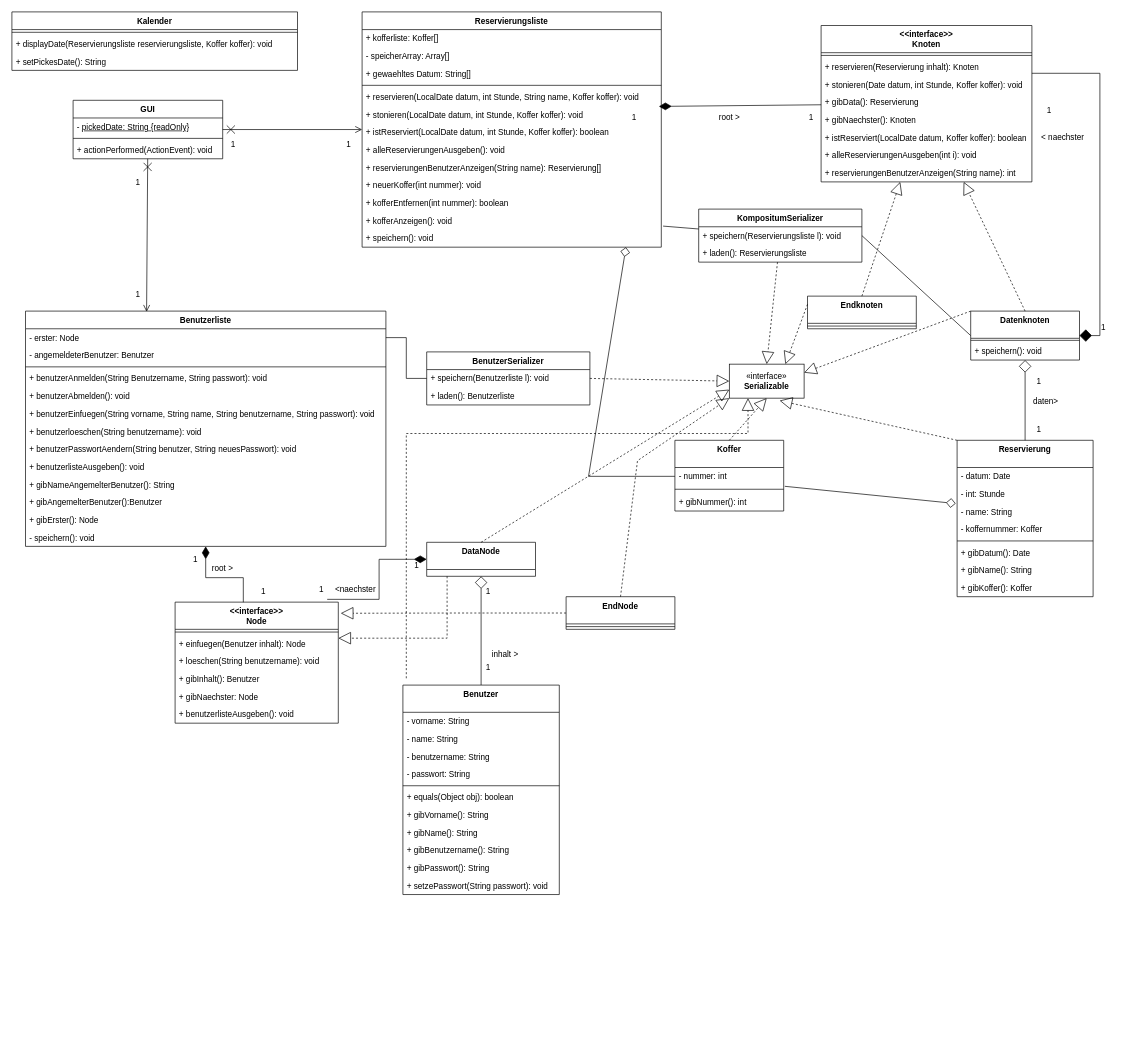
The draw.io diagram Klassendiagramm.drawio in Klette80/Ipadkofferleihsystem, before the edit. Source tidied: cells renumbered, new cells numbered last; positions are measured from the earlier drawing's top-left corner, leaving out a move shared by most shapes. Both pictures are drawn from the tidied source at 68%, with x=0, y=0 at pixel (12, 12).
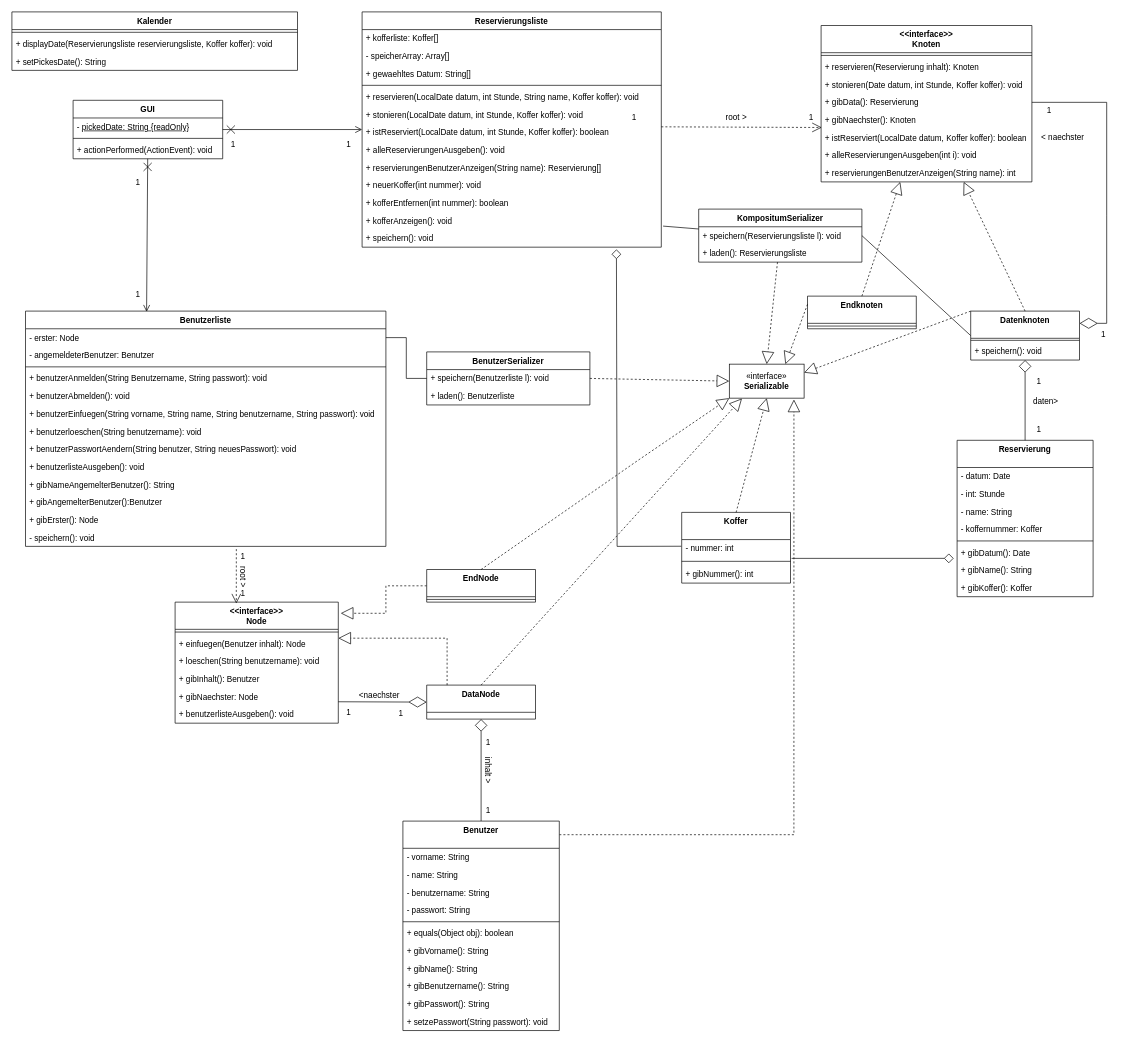
The same diagram, later.

The change refers to these unchanged cells:
```xml
<mxCell id="2" value="Reservierung" style="swimlane;fontStyle=1;align=center;verticalAlign=top;horizontal=1;startSize=40;" parent="1" vertex="1">
  <mxGeometry x="1390" y="630" width="200" height="230" as="geometry" />
</mxCell>
<mxCell id="5" value="- name: String" style="text;strokeColor=none;fillColor=none;align=left;verticalAlign=top;spacingLeft=4;spacingRight=4;overflow=hidden;points=[[0,0.5],[1,0.5]];portConstraint=eastwest;" parent="2" vertex="1">
  <mxGeometry y="92" width="200" height="26" as="geometry" />
</mxCell>
<mxCell id="9" value="+ gibName(): String" style="text;strokeColor=none;fillColor=none;align=left;verticalAlign=top;spacingLeft=4;spacingRight=4;overflow=hidden;points=[[0,0.5],[1,0.5]];portConstraint=eastwest;" parent="2" vertex="1">
  <mxGeometry y="178" width="200" height="26" as="geometry" />
</mxCell>
<mxCell id="17" value="+ stonieren(LocalDate datum, int Stunde, Koffer koffer): void" style="text;strokeColor=none;fillColor=none;align=left;verticalAlign=top;spacingLeft=4;spacingRight=4;overflow=hidden;points=[[0,0.5],[1,0.5]];portConstraint=eastwest;" parent="11" vertex="1">
  <mxGeometry y="138" width="440" height="26" as="geometry" />
</mxCell>
<mxCell id="24" value="+ speichern(): void" style="text;strokeColor=none;fillColor=none;align=left;verticalAlign=top;spacingLeft=4;spacingRight=4;overflow=hidden;points=[[0,0.5],[1,0.5]];portConstraint=eastwest;" parent="11" vertex="1">
  <mxGeometry y="320" width="440" height="26" as="geometry" />
</mxCell>
<mxCell id="26" value="Datenknoten" style="swimlane;fontStyle=1;align=center;verticalAlign=top;horizontal=1;startSize=40;" parent="1" vertex="1">
  <mxGeometry x="1410" y="440" width="160" height="72" as="geometry" />
</mxCell>
<mxCell id="33" value="&lt;&lt;interface&gt;&gt;&#10;Knoten" style="swimlane;fontStyle=1;align=center;verticalAlign=top;horizontal=1;startSize=40;" parent="1" vertex="1">
  <mxGeometry x="1190" y="20" width="310" height="230" as="geometry" />
</mxCell>
<mxCell id="35" value="+ reservieren(Reservierung inhalt): Knoten" style="text;strokeColor=none;fillColor=none;align=left;verticalAlign=top;spacingLeft=4;spacingRight=4;overflow=hidden;points=[[0,0.5],[1,0.5]];portConstraint=eastwest;" parent="33" vertex="1">
  <mxGeometry y="48" width="310" height="26" as="geometry" />
</mxCell>
<mxCell id="37" value="+ gibData(): Reservierung" style="text;strokeColor=none;fillColor=none;align=left;verticalAlign=top;spacingLeft=4;spacingRight=4;overflow=hidden;points=[[0,0.5],[1,0.5]];portConstraint=eastwest;" parent="33" vertex="1">
  <mxGeometry y="100" width="310" height="26" as="geometry" />
</mxCell>
<mxCell id="45" value="1" style="text;html=1;align=center;verticalAlign=middle;points=[];strokeColor=none;fillColor=none;" parent="1" vertex="1">
  <mxGeometry x="1160" y="140" width="30" height="30" as="geometry" />
</mxCell>
<mxCell id="49" value="- nummer: int" style="text;strokeColor=none;fillColor=none;align=left;verticalAlign=top;spacingLeft=4;spacingRight=4;overflow=hidden;points=[[0,0.5],[1,0.5]];portConstraint=eastwest;" parent="48" vertex="1">
  <mxGeometry y="40" width="160" height="26" as="geometry" />
</mxCell>
<mxCell id="60" value="«interface»&lt;br&gt;&lt;b&gt;Serializable&lt;/b&gt;" style="html=1;whiteSpace=wrap;" parent="1" vertex="1">
  <mxGeometry x="1055" y="518" width="110" height="50" as="geometry" />
</mxCell>
<mxCell id="67" value="Benutzerliste" style="swimlane;fontStyle=1;align=center;verticalAlign=top;horizontal=1;startSize=26;" parent="1" vertex="1">
  <mxGeometry x="20" y="440" width="530" height="346" as="geometry" />
</mxCell>
<mxCell id="80" value="- speichern(): void" style="text;strokeColor=none;fillColor=none;align=left;verticalAlign=top;spacingLeft=4;spacingRight=4;overflow=hidden;points=[[0,0.5],[1,0.5]];portConstraint=eastwest;" parent="67" vertex="1">
  <mxGeometry y="320" width="530" height="26" as="geometry" />
</mxCell>
<mxCell id="101" value="&lt;&lt;interface&gt;&gt;&#10;Node" style="swimlane;fontStyle=1;align=center;verticalAlign=top;horizontal=1;startSize=40;" parent="1" vertex="1">
  <mxGeometry x="240" y="868" width="240" height="178" as="geometry" />
</mxCell>
```

What changed in the source:
```diff
@@
     <mxCell id="44" value="root &amp;gt;" style="text;html=1;align=center;verticalAlign=middle;strokeColor=none;fillColor=none;" parent="1" vertex="1">
-      <mxGeometry x="1030" y="140" width="50" height="30" as="geometry" />
+      <mxGeometry x="1040" y="140" width="50" height="30" as="geometry" />
     </mxCell>
@@
     <mxCell id="48" value="Koffer" style="swimlane;fontStyle=1;align=center;verticalAlign=top;horizontal=1;startSize=40;" parent="1" vertex="1">
-      <mxGeometry x="975" y="630" width="160" height="104" as="geometry" />
+      <mxGeometry x="985" y="736" width="160" height="104" as="geometry" />
     </mxCell>
@@
-    <mxCell id="53" style="endArrow=diamondThin;html=1;rounded=0;endFill=1;strokeWidth=1;endSize=16;entryX=0.992;entryY=0.038;entryDx=0;entryDy=0;entryPerimeter=0;" parent="1" edge="1" source="33" target="17">
-      <mxGeometry relative="1" as="geometry" />
-    </mxCell>
     <mxCell id="54" value="1" style="text;html=1;align=center;verticalAlign=middle;strokeColor=none;fillColor=none;" parent="1" vertex="1">
-      <mxGeometry x="1590" y="449" width="30" height="30" as="geometry" />
+      <mxGeometry x="1590" y="460" width="30" height="30" as="geometry" />
     </mxCell>
-    <mxCell id="55" style="endArrow=diamond;endSize=12;html=1;rounded=0;endFill=0;entryX=-0.01;entryY=0.038;entryDx=0;entryDy=0;entryPerimeter=0;exitX=1.01;exitY=1.064;exitDx=0;exitDy=0;exitPerimeter=0;" parent="1" edge="1" source="49" target="5">
+    <mxCell id="55" style="endArrow=diamond;endSize=12;html=1;rounded=0;endFill=0;exitX=1.01;exitY=1.064;exitDx=0;exitDy=0;exitPerimeter=0;entryX=-0.025;entryY=-0.169;entryDx=0;entryDy=0;entryPerimeter=0;" parent="1" edge="1" source="49" target="9">
       <mxGeometry relative="1" as="geometry" />
     </mxCell>
-    <mxCell id="56" style="endArrow=diamond;endSize=12;html=1;rounded=0;endFill=0;exitX=0;exitY=0.5;exitDx=0;exitDy=0;entryX=0.882;entryY=1;entryDx=0;entryDy=0;entryPerimeter=0;" parent="1" edge="1" source="49" target="24">
+    <mxCell id="56" style="endArrow=diamond;endSize=12;html=1;rounded=0;endFill=0;exitX=-0.004;exitY=0.377;exitDx=0;exitDy=0;entryX=0.85;entryY=1.123;entryDx=0;entryDy=0;entryPerimeter=0;exitPerimeter=0;" parent="1" edge="1" source="49" target="24">
       <mxGeometry relative="1" as="geometry">
         <Array as="points">
-          <mxPoint x="848" y="683" />
+          <mxPoint x="890" y="786" />
         </Array>
       </mxGeometry>
     </mxCell>
@@
-    <mxCell id="62" style="endArrow=block;endSize=16;endFill=0;html=1;rounded=0;exitX=0;exitY=0;exitDx=0;exitDy=0;entryX=0.673;entryY=1.073;entryDx=0;entryDy=0;entryPerimeter=0;dashed=1;" parent="1" edge="1" source="2" target="60">
-      <mxGeometry relative="1" as="geometry" />
-    </mxCell>
@@
-    <mxCell id="81" style="edgeStyle=orthogonalEdgeStyle;rounded=0;jettySize=auto;html=1;exitX=0.932;exitY=-0.023;exitDx=0;exitDy=0;entryX=0;entryY=0.5;entryDx=0;entryDy=0;endArrow=diamondThin;endFill=1;endSize=16;exitPerimeter=0;" parent="1" edge="1" source="101" target="82">
-      <mxGeometry relative="1" as="geometry" />
-    </mxCell>
     <mxCell id="82" value="DataNode" style="swimlane;fontStyle=1;align=center;verticalAlign=top;horizontal=1;startSize=40;" parent="1" vertex="1">
-      <mxGeometry x="610" y="780" width="160" height="50" as="geometry" />
+      <mxGeometry x="610" y="990" width="160" height="50" as="geometry" />
     </mxCell>
@@
     <mxCell id="84" value="EndNode" style="swimlane;fontStyle=1;align=center;verticalAlign=top;horizontal=1;startSize=40;" parent="1" vertex="1">
-      <mxGeometry x="815" y="860" width="160" height="48" as="geometry" />
+      <mxGeometry x="610" y="820" width="160" height="48" as="geometry" />
     </mxCell>
@@
-    <mxCell id="86" style="edgeStyle=orthogonalEdgeStyle;rounded=0;jettySize=auto;html=1;dashed=1;endArrow=block;endFill=0;endSize=16;entryX=0.25;entryY=1;entryDx=0;entryDy=0;" parent="1" edge="1" target="60">
+    <mxCell id="86" style="edgeStyle=orthogonalEdgeStyle;rounded=0;jettySize=auto;html=1;dashed=1;endArrow=block;endFill=0;endSize=16;entryX=0.864;entryY=1.04;entryDx=0;entryDy=0;entryPerimeter=0;" parent="1" edge="1" source="88" target="60">
       <mxGeometry relative="1" as="geometry">
-        <mxPoint x="580" y="980" as="sourcePoint" />
         <Array as="points">
-          <mxPoint x="580" y="976" />
-          <mxPoint x="580" y="620" />
-          <mxPoint x="1028" y="620" />
+          <mxPoint x="1150" y="1210" />
         </Array>
       </mxGeometry>
     </mxCell>
@@
     <mxCell id="88" value="Benutzer" style="swimlane;fontStyle=1;align=center;verticalAlign=top;horizontal=1;startSize=40;" parent="1" vertex="1">
-      <mxGeometry x="575" y="990" width="230" height="308" as="geometry" />
+      <mxGeometry x="575" y="1190" width="230" height="308" as="geometry" />
     </mxCell>
@@
-    <mxCell id="100" style="edgeStyle=orthogonalEdgeStyle;rounded=0;jettySize=auto;html=1;exitX=0.418;exitY=0.01;exitDx=0;exitDy=0;endArrow=diamondThin;endFill=1;endSize=16;exitPerimeter=0;" parent="1" edge="1" source="101" target="67">
-      <mxGeometry relative="1" as="geometry" />
-    </mxCell>
@@
     <mxCell id="112" value="1" style="text;strokeColor=none;align=center;fillColor=none;html=1;verticalAlign=middle;whiteSpace=wrap;rounded=0;" parent="1" vertex="1">
-      <mxGeometry x="240" y="790" width="60" height="30" as="geometry" />
+      <mxGeometry x="310" y="786" width="60" height="30" as="geometry" />
     </mxCell>
     <mxCell id="113" value="1" style="text;strokeColor=none;align=center;fillColor=none;html=1;verticalAlign=middle;whiteSpace=wrap;rounded=0;" parent="1" vertex="1">
-      <mxGeometry x="340" y="838" width="60" height="30" as="geometry" />
+      <mxGeometry x="310" y="840" width="60" height="30" as="geometry" />
     </mxCell>
-    <mxCell id="114" value="root &amp;gt;" style="text;strokeColor=none;align=center;fillColor=none;html=1;verticalAlign=middle;whiteSpace=wrap;rounded=0;" parent="1" vertex="1">
-      <mxGeometry x="280" y="804" width="60" height="30" as="geometry" />
+    <mxCell id="114" value="root &amp;gt;" style="text;strokeColor=none;align=center;fillColor=none;html=1;verticalAlign=middle;whiteSpace=wrap;rounded=0;rotation=90;" parent="1" vertex="1">
+      <mxGeometry x="310" y="816" width="60" height="30" as="geometry" />
     </mxCell>
@@
-    <mxCell id="116" value="inhalt &amp;gt;" style="text;html=1;align=center;verticalAlign=middle;strokeColor=none;fillColor=none;" parent="1" vertex="1">
-      <mxGeometry x="695" y="930" width="60" height="30" as="geometry" />
+    <mxCell id="116" value="inhalt &amp;gt;" style="text;html=1;align=center;verticalAlign=middle;strokeColor=none;fillColor=none;rotation=90;" parent="1" vertex="1">
+      <mxGeometry x="670" y="1100" width="60" height="30" as="geometry" />
     </mxCell>
     <mxCell id="117" value="1" style="text;html=1;align=center;verticalAlign=middle;strokeColor=none;fillColor=none;" parent="1" vertex="1">
-      <mxGeometry x="685" y="950" width="30" height="30" as="geometry" />
+      <mxGeometry x="685" y="1160" width="30" height="30" as="geometry" />
     </mxCell>
@@
     <mxCell id="119" value="1" style="text;html=1;align=center;verticalAlign=middle;strokeColor=none;fillColor=none;" parent="1" vertex="1">
-      <mxGeometry x="685" y="838" width="30" height="30" as="geometry" />
+      <mxGeometry x="685" y="1060" width="30" height="30" as="geometry" />
     </mxCell>
     <mxCell id="120" value="1" style="text;html=1;align=center;verticalAlign=middle;strokeColor=none;fillColor=none;" parent="1" vertex="1">
-      <mxGeometry x="440" y="834" width="30" height="30" as="geometry" />
+      <mxGeometry x="557" y="1017" width="30" height="30" as="geometry" />
     </mxCell>
     <mxCell id="121" value="1" style="text;html=1;align=center;verticalAlign=middle;strokeColor=none;fillColor=none;" parent="1" vertex="1">
-      <mxGeometry x="580" y="800" width="30" height="30" as="geometry" />
+      <mxGeometry x="480" y="1016" width="30" height="30" as="geometry" />
     </mxCell>
     <mxCell id="122" value="&amp;lt;naechster" style="text;html=1;align=center;verticalAlign=middle;strokeColor=none;fillColor=none;" parent="1" vertex="1">
-      <mxGeometry x="465" y="834" width="80" height="30" as="geometry" />
+      <mxGeometry x="500" y="990" width="80" height="30" as="geometry" />
     </mxCell>
-    <mxCell id="123" style="edgeStyle=orthogonalEdgeStyle;rounded=0;jettySize=auto;html=1;exitX=1;exitY=0.857;exitDx=0;exitDy=0;entryX=1;entryY=0.5;entryDx=0;entryDy=0;endArrow=diamond;endFill=1;endSize=16;exitPerimeter=0;" parent="1" edge="1" source="35" target="26">
-      <mxGeometry relative="1" as="geometry" />
-    </mxCell>
@@
-    <mxCell id="140" style="endArrow=block;endSize=16;endFill=0;html=1;rounded=0;entryX=0;entryY=0.75;entryDx=0;entryDy=0;dashed=1;exitX=0.5;exitY=0;exitDx=0;exitDy=0;" parent="1" edge="1" source="82" target="60">
+    <mxCell id="140" style="endArrow=block;endSize=16;endFill=0;html=1;rounded=0;entryX=0.169;entryY=1.01;entryDx=0;entryDy=0;dashed=1;exitX=0.5;exitY=0;exitDx=0;exitDy=0;entryPerimeter=0;" parent="1" edge="1" source="82" target="60">
       <mxGeometry relative="1" as="geometry" />
     </mxCell>
@@
+    <mxCell id="142" style="endArrow=diamondThin;endFill=0;endSize=24;html=1;rounded=0;" parent="1" edge="1">
+      <mxGeometry relative="1" as="geometry">
+        <mxPoint x="480" y="1014.5" as="sourcePoint" />
+        <mxPoint x="610" y="1015" as="targetPoint" />
+      </mxGeometry>
+    </mxCell>
+    <mxCell id="143" style="endArrow=diamondThin;endFill=0;endSize=24;html=1;rounded=0;exitX=1;exitY=0.5;exitDx=0;exitDy=0;entryX=1;entryY=0.25;entryDx=0;entryDy=0;" parent="1" edge="1" source="37" target="26">
+      <mxGeometry relative="1" as="geometry">
+        <Array as="points">
+          <mxPoint x="1610" y="133" />
+          <mxPoint x="1610" y="300" />
+          <mxPoint x="1610" y="458" />
+        </Array>
+      </mxGeometry>
+    </mxCell>
+    <mxCell id="144" style="endArrow=open;endSize=12;dashed=1;html=1;rounded=0;entryX=1.033;entryY=1;entryDx=0;entryDy=0;entryPerimeter=0;" parent="1" edge="1" target="45">
+      <mxGeometry relative="1" as="geometry">
+        <mxPoint x="955" y="169" as="sourcePoint" />
+      </mxGeometry>
+    </mxCell>
+    <mxCell id="145" style="endArrow=open;endSize=12;dashed=1;html=1;rounded=0;exitX=0.585;exitY=1.154;exitDx=0;exitDy=0;exitPerimeter=0;entryX=0.375;entryY=0.011;entryDx=0;entryDy=0;entryPerimeter=0;" parent="1" edge="1" source="80" target="101">
+      <mxGeometry relative="1" as="geometry" />
+    </mxCell>
```
